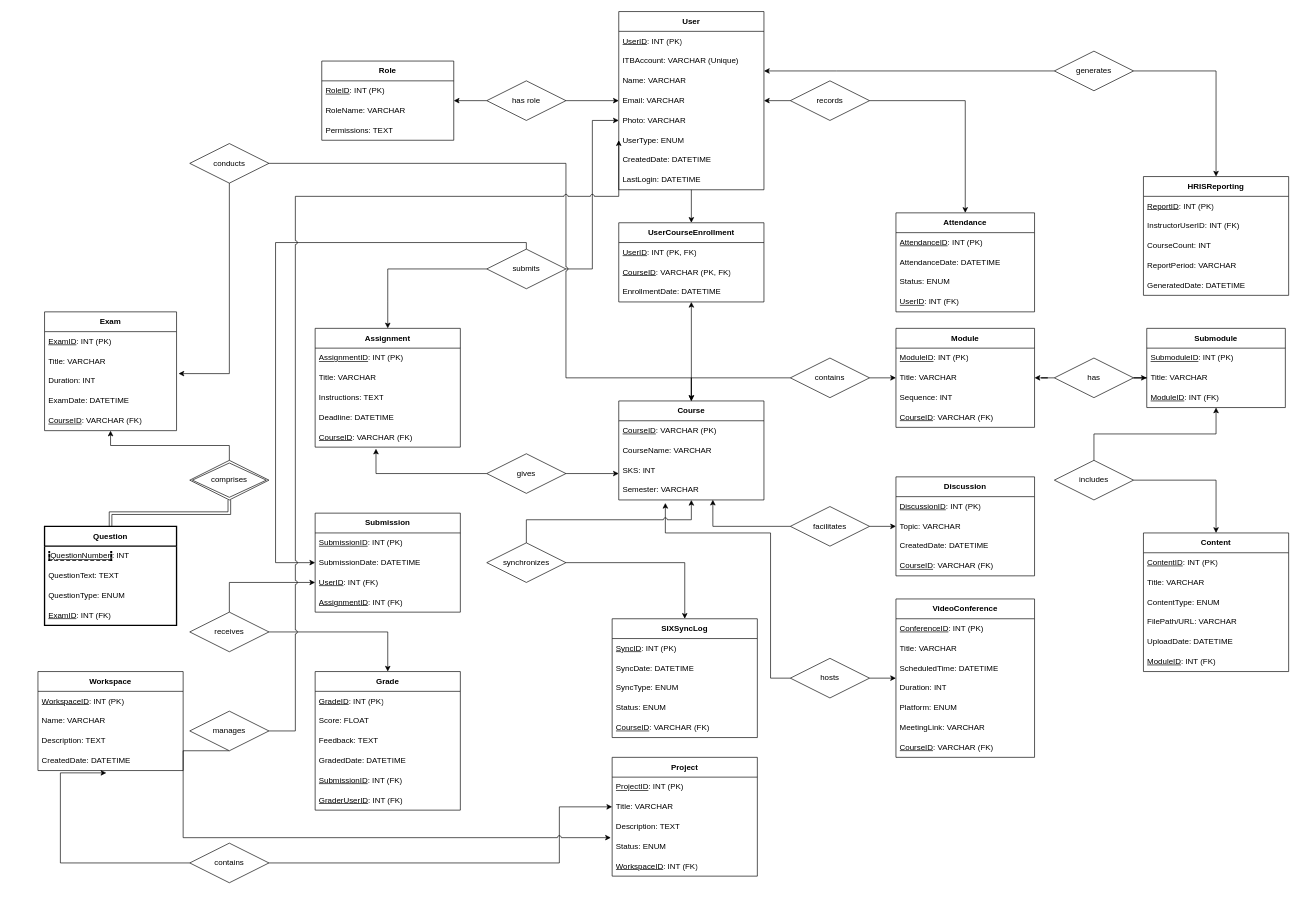
Above: page "Page-12" (12 of 13) of EDM.drawio in HaikalE/-JavaScript-Interactive-Photo-Gallery (draw.io), before the change. Source tidied: cells renumbered, new cells numbered last; positions are measured from the earlier drawing's top-left corner, leaving out a move shared by most shapes. Both pictures are drawn from the tidied source at 66%, with x=0, y=0 at pixel (38, 11).
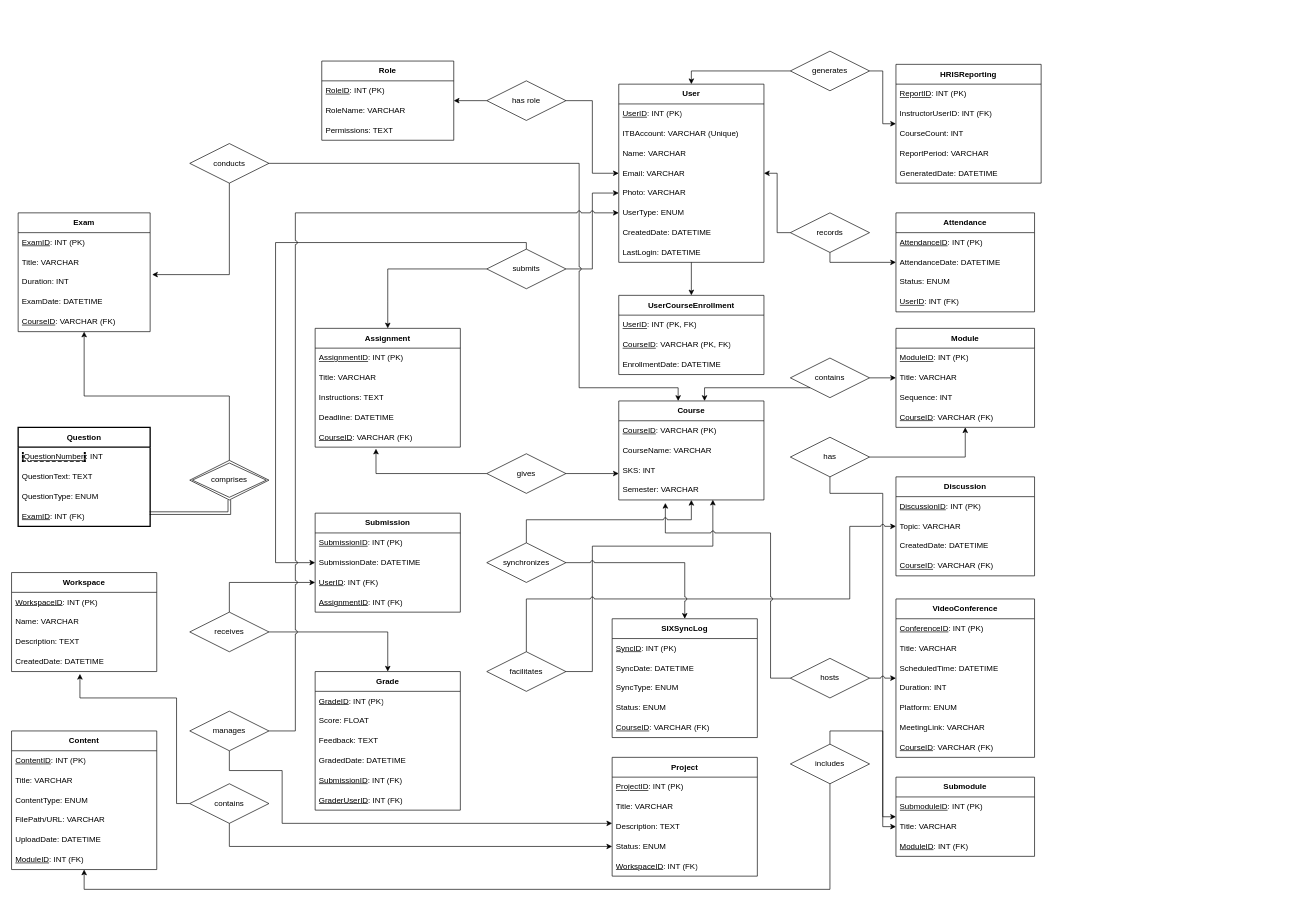
Above is the later version.

Unchanged cells that the change refers to:
```xml
<mxCell id="8" value="UserType: ENUM" style="text;strokeColor=none;fillColor=none;align=left;verticalAlign=middle;spacingLeft=4;spacingRight=4;overflow=hidden;points=[[0,0.5],[1,0.5]];portConstraint=eastwest;whiteSpace=wrap;html=1;" parent="2" vertex="1">
  <mxGeometry y="180" width="220" height="30" as="geometry" />
</mxCell>
<mxCell id="15" value="Course" style="swimlane;fontStyle=1;horizontal=1;startSize=30;whiteSpace=wrap;html=1;" parent="1" vertex="1">
  <mxGeometry x="880" y="590" width="220" height="150" as="geometry" />
</mxCell>
<mxCell id="19" value="Semester: VARCHAR" style="text;strokeColor=none;fillColor=none;align=left;verticalAlign=middle;spacingLeft=4;spacingRight=4;overflow=hidden;points=[[0,0.5],[1,0.5]];portConstraint=eastwest;whiteSpace=wrap;html=1;" parent="15" vertex="1">
  <mxGeometry y="120" width="220" height="30" as="geometry" />
</mxCell>
<mxCell id="24" value="Module" style="swimlane;fontStyle=1;horizontal=1;startSize=30;whiteSpace=wrap;html=1;" parent="1" vertex="1">
  <mxGeometry x="1300" y="480" width="210" height="150" as="geometry" />
</mxCell>
<mxCell id="31" value="Title: VARCHAR" style="text;strokeColor=none;fillColor=none;align=left;verticalAlign=middle;spacingLeft=4;spacingRight=4;overflow=hidden;points=[[0,0.5],[1,0.5]];portConstraint=eastwest;whiteSpace=wrap;html=1;" parent="29" vertex="1">
  <mxGeometry y="60" width="210" height="30" as="geometry" />
</mxCell>
<mxCell id="68" value="&lt;u&gt;ExamID&lt;/u&gt;: INT (FK)" style="text;strokeColor=none;fillColor=none;align=left;verticalAlign=middle;spacingLeft=4;spacingRight=4;overflow=hidden;points=[[0,0.5],[1,0.5]];portConstraint=eastwest;whiteSpace=wrap;html=1;" parent="64" vertex="1">
  <mxGeometry y="120" width="200" height="30" as="geometry" />
</mxCell>
<mxCell id="69" value="Attendance" style="swimlane;fontStyle=1;horizontal=1;startSize=30;whiteSpace=wrap;html=1;" parent="1" vertex="1">
  <mxGeometry x="1300" y="305" width="210" height="150" as="geometry" />
</mxCell>
<mxCell id="74" value="Discussion" style="swimlane;fontStyle=1;horizontal=1;startSize=30;whiteSpace=wrap;html=1;" parent="1" vertex="1">
  <mxGeometry x="1300" y="705" width="210" height="150" as="geometry" />
</mxCell>
<mxCell id="79" value="VideoConference" style="swimlane;fontStyle=1;horizontal=1;startSize=30;whiteSpace=wrap;html=1;" parent="1" vertex="1">
  <mxGeometry x="1300" y="890" width="210" height="240" as="geometry" />
</mxCell>
<mxCell id="91" value="CreatedDate: DATETIME" style="text;strokeColor=none;fillColor=none;align=left;verticalAlign=middle;spacingLeft=4;spacingRight=4;overflow=hidden;points=[[0,0.5],[1,0.5]];portConstraint=eastwest;whiteSpace=wrap;html=1;" parent="87" vertex="1">
  <mxGeometry y="120" width="220" height="30" as="geometry" />
</mxCell>
<mxCell id="94" value="Title: VARCHAR" style="text;strokeColor=none;fillColor=none;align=left;verticalAlign=middle;spacingLeft=4;spacingRight=4;overflow=hidden;points=[[0,0.5],[1,0.5]];portConstraint=eastwest;whiteSpace=wrap;html=1;" parent="92" vertex="1">
  <mxGeometry y="60" width="220" height="30" as="geometry" />
</mxCell>
<mxCell id="95" value="Description: TEXT" style="text;strokeColor=none;fillColor=none;align=left;verticalAlign=middle;spacingLeft=4;spacingRight=4;overflow=hidden;points=[[0,0.5],[1,0.5]];portConstraint=eastwest;whiteSpace=wrap;html=1;" parent="92" vertex="1">
  <mxGeometry y="90" width="220" height="30" as="geometry" />
</mxCell>
<mxCell id="96" value="Status: ENUM" style="text;strokeColor=none;fillColor=none;align=left;verticalAlign=middle;spacingLeft=4;spacingRight=4;overflow=hidden;points=[[0,0.5],[1,0.5]];portConstraint=eastwest;whiteSpace=wrap;html=1;" parent="92" vertex="1">
  <mxGeometry y="120" width="220" height="30" as="geometry" />
</mxCell>
<mxCell id="115" value="contains" style="rhombus;whiteSpace=wrap;html=1;" parent="1" vertex="1">
  <mxGeometry x="1140" y="525" width="120" height="60" as="geometry" />
</mxCell>
<mxCell id="134" value="conducts" style="rhombus;whiteSpace=wrap;html=1;" parent="1" vertex="1">
  <mxGeometry x="230" y="200" width="120" height="60" as="geometry" />
</mxCell>
<mxCell id="137" value="comprises" style="rhombus;whiteSpace=wrap;html=1;strokeWidth=1;double=1;" parent="1" vertex="1">
  <mxGeometry x="230" y="680" width="120" height="60" as="geometry" />
</mxCell>
<mxCell id="146" value="hosts" style="rhombus;whiteSpace=wrap;html=1;" parent="1" vertex="1">
  <mxGeometry x="1140" y="980" width="120" height="60" as="geometry" />
</mxCell>
<mxCell id="158" value="manages" style="rhombus;whiteSpace=wrap;html=1;" parent="1" vertex="1">
  <mxGeometry x="230" y="1060" width="120" height="60" as="geometry" />
</mxCell>
```

Diff of the diagram source:
```diff
@@
     <mxCell id="2" value="User" style="swimlane;fontStyle=1;horizontal=1;startSize=30;whiteSpace=wrap;html=1;" parent="1" vertex="1">
-      <mxGeometry x="880" width="220" height="270" as="geometry" />
+      <mxGeometry x="880" y="110" width="220" height="270" as="geometry" />
     </mxCell>
@@
     <mxCell id="20" value="UserCourseEnrollment" style="swimlane;fontStyle=1;horizontal=1;startSize=30;whiteSpace=wrap;html=1;" parent="1" vertex="1">
-      <mxGeometry x="880" y="320" width="220" height="120" as="geometry" />
+      <mxGeometry x="880" y="430" width="220" height="120" as="geometry" />
     </mxCell>
@@
     <mxCell id="29" value="Submodule" style="swimlane;fontStyle=1;horizontal=1;startSize=30;whiteSpace=wrap;html=1;" parent="1" vertex="1">
-      <mxGeometry x="1680" y="480" width="210" height="120" as="geometry" />
+      <mxGeometry x="1300" y="1160" width="210" height="120" as="geometry" />
     </mxCell>
@@
     <mxCell id="33" value="Content" style="swimlane;fontStyle=1;horizontal=1;startSize=30;whiteSpace=wrap;html=1;" parent="1" vertex="1">
-      <mxGeometry x="1675" y="790" width="220" height="210" as="geometry" />
+      <mxGeometry x="-40" y="1090" width="220" height="210" as="geometry" />
     </mxCell>
@@
     <mxCell id="58" value="Exam" style="swimlane;fontStyle=1;horizontal=1;startSize=30;whiteSpace=wrap;html=1;" parent="1" vertex="1">
-      <mxGeometry x="10" y="455" width="200" height="180" as="geometry" />
+      <mxGeometry x="-30" y="305" width="200" height="180" as="geometry" />
     </mxCell>
@@
     <mxCell id="64" value="Question" style="swimlane;fontStyle=1;horizontal=1;startSize=30;whiteSpace=wrap;html=1;strokeWidth=2;double=1;spacing=4;swimlaneBody=1;swimlaneHead=1;" parent="1" vertex="1">
-      <mxGeometry x="10" y="780" width="200" height="150" as="geometry" />
+      <mxGeometry x="-30" y="630" width="200" height="150" as="geometry" />
     </mxCell>
@@
     <mxCell id="87" value="Workspace" style="swimlane;fontStyle=1;horizontal=1;startSize=30;whiteSpace=wrap;html=1;" parent="1" vertex="1">
-      <mxGeometry y="1000" width="220" height="150" as="geometry" />
+      <mxGeometry x="-40" y="850" width="220" height="150" as="geometry" />
     </mxCell>
@@
     <mxCell id="98" value="HRISReporting" style="swimlane;fontStyle=1;horizontal=1;startSize=30;whiteSpace=wrap;html=1;" parent="1" vertex="1">
-      <mxGeometry x="1675" y="250" width="220" height="180" as="geometry" />
+      <mxGeometry x="1300" y="80" width="220" height="180" as="geometry" />
     </mxCell>
@@
-    <mxCell id="114" style="edgeStyle=orthogonalEdgeStyle;rounded=0;jettySize=auto;html=1;startArrow=none;endArrow=classic;endFill=1;" parent="1" edge="1" source="15" target="20">
-      <mxGeometry relative="1" as="geometry" />
-    </mxCell>
@@
     <mxCell id="116" style="edgeStyle=orthogonalEdgeStyle;rounded=0;jettySize=auto;html=1;startArrow=none;endArrow=classic;endFill=1;" parent="1" edge="1" source="115" target="15">
-      <mxGeometry relative="1" as="geometry" />
+      <mxGeometry relative="1" as="geometry">
+        <Array as="points">
+          <mxPoint x="1010" y="570" />
+        </Array>
+      </mxGeometry>
     </mxCell>
@@
-    <mxCell id="118" style="edgeStyle=orthogonalEdgeStyle;rounded=0;jettySize=auto;html=1;exitX=1;exitY=0.5;exitDx=0;exitDy=0;" parent="1" edge="1" source="119" target="31">
-      <mxGeometry relative="1" as="geometry" />
+    <mxCell id="118" style="edgeStyle=orthogonalEdgeStyle;rounded=0;jettySize=auto;html=1;exitX=0.5;exitY=1;exitDx=0;exitDy=0;jumpStyle=arc;" parent="1" edge="1" source="119" target="31">
+      <mxGeometry relative="1" as="geometry">
+        <Array as="points">
+          <mxPoint x="1200" y="730" />
+          <mxPoint x="1280" y="730" />
+          <mxPoint x="1280" y="1235" />
+        </Array>
+      </mxGeometry>
     </mxCell>
     <mxCell id="119" value="has" style="rhombus;whiteSpace=wrap;html=1;" parent="1" vertex="1">
-      <mxGeometry x="1540" y="525" width="120" height="60" as="geometry" />
+      <mxGeometry x="1140" y="645" width="120" height="60" as="geometry" />
     </mxCell>
-    <mxCell id="120" style="edgeStyle=orthogonalEdgeStyle;rounded=0;jettySize=auto;html=1;startArrow=none;endArrow=classic;endFill=1;" parent="1" edge="1" source="119" target="24">
-      <mxGeometry relative="1" as="geometry" />
+    <mxCell id="120" style="edgeStyle=orthogonalEdgeStyle;rounded=0;jettySize=auto;html=1;startArrow=none;endArrow=classic;endFill=1;jumpStyle=arc;" parent="1" edge="1" source="119" target="24">
+      <mxGeometry relative="1" as="geometry">
+        <Array as="points">
+          <mxPoint x="1405" y="675" />
+        </Array>
+      </mxGeometry>
     </mxCell>
     <mxCell id="121" value="includes" style="rhombus;whiteSpace=wrap;html=1;" parent="1" vertex="1">
-      <mxGeometry x="1540" y="680" width="120" height="60" as="geometry" />
+      <mxGeometry x="1140" y="1110" width="120" height="60" as="geometry" />
     </mxCell>
-    <mxCell id="122" style="rounded=0;jettySize=auto;html=1;startArrow=none;endArrow=classic;endFill=1;edgeStyle=orthogonalEdgeStyle;exitX=0.5;exitY=0;exitDx=0;exitDy=0;" parent="1" edge="1" source="121" target="29">
+    <mxCell id="122" style="rounded=0;jettySize=auto;html=1;startArrow=none;endArrow=classic;endFill=1;edgeStyle=orthogonalEdgeStyle;exitX=0.5;exitY=0;exitDx=0;exitDy=0;jumpStyle=arc;" parent="1" edge="1" source="121" target="29">
       <mxGeometry relative="1" as="geometry" />
     </mxCell>
-    <mxCell id="123" style="edgeStyle=orthogonalEdgeStyle;rounded=0;jettySize=auto;html=1;startArrow=none;endArrow=classic;endFill=1;" parent="1" edge="1" source="121" target="33">
-      <mxGeometry relative="1" as="geometry" />
+    <mxCell id="123" style="rounded=0;jettySize=auto;html=1;startArrow=none;endArrow=classic;endFill=1;edgeStyle=orthogonalEdgeStyle;" parent="1" edge="1" source="121" target="33">
+      <mxGeometry relative="1" as="geometry">
+        <Array as="points">
+          <mxPoint x="1200" y="1330" />
+          <mxPoint x="70" y="1330" />
+        </Array>
+      </mxGeometry>
     </mxCell>
@@
     <mxCell id="135" style="edgeStyle=orthogonalEdgeStyle;rounded=0;jettySize=auto;html=1;exitX=1;exitY=0.5;exitDx=0;exitDy=0;startArrow=none;endArrow=classic;endFill=1;jumpStyle=arc;" parent="1" edge="1" source="134" target="15">
       <mxGeometry relative="1" as="geometry">
         <Array as="points">
-          <mxPoint x="800" y="230" />
-          <mxPoint x="800" y="555" />
+          <mxPoint x="820" y="230" />
+          <mxPoint x="820" y="570" />
+          <mxPoint x="970" y="570" />
         </Array>
       </mxGeometry>
     </mxCell>
@@
-    <mxCell id="139" style="rounded=0;jettySize=auto;html=1;strokeWidth=1;shape=link;startArrow=none;endArrow=classic;endFill=1;exitX=0.5;exitY=1;exitDx=0;exitDy=0;edgeStyle=orthogonalEdgeStyle;" parent="1" edge="1" source="137" target="64">
+    <mxCell id="139" style="rounded=0;jettySize=auto;html=1;strokeWidth=1;shape=link;startArrow=none;endArrow=classic;endFill=1;exitX=0.5;exitY=1;exitDx=0;exitDy=0;edgeStyle=orthogonalEdgeStyle;entryX=0.996;entryY=0.332;entryDx=0;entryDy=0;entryPerimeter=0;" parent="1" edge="1" source="137" target="68">
       <mxGeometry relative="1" as="geometry" />
     </mxCell>
     <mxCell id="140" value="records" style="rhombus;whiteSpace=wrap;html=1;" parent="1" vertex="1">
-      <mxGeometry x="1140" y="105" width="120" height="60" as="geometry" />
+      <mxGeometry x="1140" y="305" width="120" height="60" as="geometry" />
     </mxCell>
@@
     <mxCell id="142" style="rounded=0;jettySize=auto;html=1;startArrow=none;endArrow=classic;endFill=1;edgeStyle=orthogonalEdgeStyle;" parent="1" edge="1" source="140" target="69">
-      <mxGeometry relative="1" as="geometry" />
+      <mxGeometry relative="1" as="geometry">
+        <Array as="points">
+          <mxPoint x="1200" y="380" />
+        </Array>
+      </mxGeometry>
     </mxCell>
     <mxCell id="143" value="facilitates" style="rhombus;whiteSpace=wrap;html=1;" parent="1" vertex="1">
-      <mxGeometry x="1140" y="750" width="120" height="60" as="geometry" />
+      <mxGeometry x="680" y="970" width="120" height="60" as="geometry" />
     </mxCell>
     <mxCell id="144" style="edgeStyle=orthogonalEdgeStyle;rounded=0;jettySize=auto;html=1;startArrow=none;endArrow=classic;endFill=1;jumpStyle=arc;entryX=0.648;entryY=0.99;entryDx=0;entryDy=0;entryPerimeter=0;" parent="1" edge="1" source="143" target="19">
       <mxGeometry relative="1" as="geometry">
         <Array as="points">
-          <mxPoint x="1023" y="780" />
+          <mxPoint x="840" y="1000" />
+          <mxPoint x="840" y="810" />
+          <mxPoint x="1023" y="810" />
         </Array>
       </mxGeometry>
     </mxCell>
-    <mxCell id="145" style="edgeStyle=orthogonalEdgeStyle;rounded=0;jettySize=auto;html=1;startArrow=none;endArrow=classic;endFill=1;" parent="1" edge="1" source="143" target="74">
-      <mxGeometry relative="1" as="geometry" />
+    <mxCell id="145" style="edgeStyle=orthogonalEdgeStyle;rounded=0;jettySize=auto;html=1;startArrow=none;endArrow=classic;endFill=1;jumpStyle=arc;" parent="1" edge="1" source="143" target="74">
+      <mxGeometry relative="1" as="geometry">
+        <Array as="points">
+          <mxPoint x="740" y="890" />
+          <mxPoint x="1230" y="890" />
+          <mxPoint x="1230" y="780" />
+        </Array>
+      </mxGeometry>
     </mxCell>
@@
-    <mxCell id="148" style="edgeStyle=orthogonalEdgeStyle;rounded=0;jettySize=auto;html=1;startArrow=none;endArrow=classic;endFill=1;" parent="1" edge="1" source="146" target="79">
+    <mxCell id="148" style="edgeStyle=orthogonalEdgeStyle;rounded=0;jettySize=auto;html=1;startArrow=none;endArrow=classic;endFill=1;jumpStyle=arc;" parent="1" edge="1" source="146" target="79">
       <mxGeometry relative="1" as="geometry" />
     </mxCell>
     <mxCell id="149" value="generates" style="rhombus;whiteSpace=wrap;html=1;" parent="1" vertex="1">
-      <mxGeometry x="1540" y="60" width="120" height="60" as="geometry" />
+      <mxGeometry x="1140" y="60" width="120" height="60" as="geometry" />
     </mxCell>
@@
     <mxCell id="155" value="contains" style="rhombus;whiteSpace=wrap;html=1;" parent="1" vertex="1">
-      <mxGeometry x="230" y="1260" width="120" height="60" as="geometry" />
+      <mxGeometry x="230" y="1170" width="120" height="60" as="geometry" />
     </mxCell>
-    <mxCell id="156" style="edgeStyle=orthogonalEdgeStyle;rounded=0;jettySize=auto;html=1;startArrow=none;endArrow=classic;endFill=1;exitX=1;exitY=0.5;exitDx=0;exitDy=0;entryX=0;entryY=0.5;entryDx=0;entryDy=0;jumpStyle=arc;" parent="1" edge="1" source="155" target="94">
-      <mxGeometry relative="1" as="geometry">
-        <Array as="points">
-          <mxPoint x="790" y="1290" />
-          <mxPoint x="790" y="1205" />
-        </Array>
-      </mxGeometry>
+    <mxCell id="156" style="rounded=0;jettySize=auto;html=1;startArrow=none;endArrow=classic;endFill=1;entryX=0;entryY=0.5;entryDx=0;entryDy=0;jumpStyle=arc;exitX=0.5;exitY=1;exitDx=0;exitDy=0;edgeStyle=orthogonalEdgeStyle;" parent="1" edge="1" source="155" target="96">
+      <mxGeometry relative="1" as="geometry" />
     </mxCell>
-    <mxCell id="157" style="rounded=0;jettySize=auto;html=1;exitX=0.5;exitY=1;exitDx=0;exitDy=0;entryX=-0.009;entryY=1.056;entryDx=0;entryDy=0;entryPerimeter=0;jumpStyle=arc;edgeStyle=orthogonalEdgeStyle;" parent="1" edge="1" source="158" target="95">
+    <mxCell id="157" style="rounded=0;jettySize=auto;html=1;exitX=0.5;exitY=1;exitDx=0;exitDy=0;entryX=0;entryY=0.333;entryDx=0;entryDy=0;entryPerimeter=0;jumpStyle=arc;edgeStyle=orthogonalEdgeStyle;" parent="1" edge="1" source="158" target="95">
       <mxGeometry relative="1" as="geometry">
         <Array as="points">
-          <mxPoint x="220" y="1252" />
+          <mxPoint x="290" y="1150" />
+          <mxPoint x="370" y="1150" />
+          <mxPoint x="370" y="1230" />
         </Array>
       </mxGeometry>
     </mxCell>
@@
     <mxCell id="159" style="rounded=0;jettySize=auto;html=1;startArrow=none;endArrow=classic;endFill=1;jumpStyle=arc;entryX=0;entryY=0.5;entryDx=0;entryDy=0;edgeStyle=orthogonalEdgeStyle;" parent="1" edge="1" source="158" target="8">
       <mxGeometry relative="1" as="geometry">
         <Array as="points">
           <mxPoint x="390" y="1090" />
-          <mxPoint x="390" y="280" />
-          <mxPoint x="880" y="280" />
+          <mxPoint x="390" y="305" />
         </Array>
       </mxGeometry>
     </mxCell>
-    <mxCell id="160" style="rounded=0;jettySize=auto;html=1;exitX=0;exitY=0.5;exitDx=0;exitDy=0;entryX=0.471;entryY=1.118;entryDx=0;entryDy=0;entryPerimeter=0;edgeStyle=orthogonalEdgeStyle;" parent="1" edge="1" source="155" target="91">
+    <mxCell id="160" style="rounded=0;jettySize=auto;html=1;exitX=0;exitY=0.5;exitDx=0;exitDy=0;entryX=0.471;entryY=1.118;entryDx=0;entryDy=0;entryPerimeter=0;jumpStyle=arc;edgeStyle=orthogonalEdgeStyle;" parent="1" edge="1" source="155" target="91">
       <mxGeometry relative="1" as="geometry">
         <Array as="points">
-          <mxPoint x="34" y="1290" />
+          <mxPoint x="210" y="1200" />
+          <mxPoint x="210" y="1040" />
+          <mxPoint x="64" y="1040" />
         </Array>
       </mxGeometry>
     </mxCell>
```
